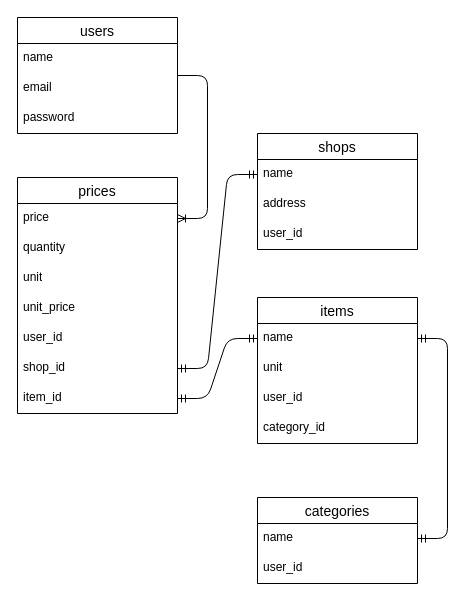
chimg622/my-bottom-price keeps this draw.io diagram as er.dio. Above is the earlier version. Source tidied: cells renumbered, new cells numbered last; positions are measured from the earlier drawing's top-left corner, leaving out a move shared by most shapes. Both pictures are drawn from the tidied source at 100%, with x=0, y=0 at pixel (17, -103).
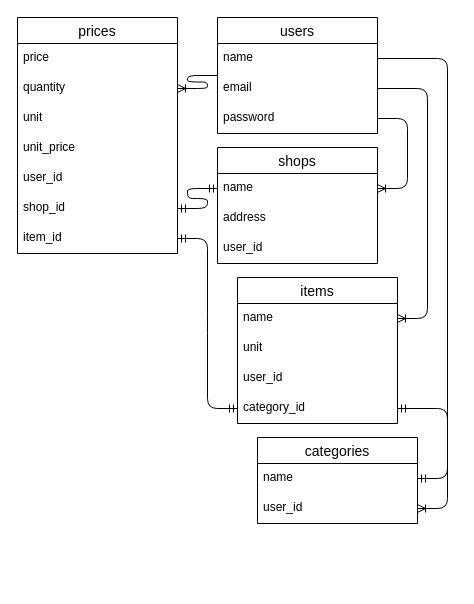
After the change.

The change refers to these unchanged cells:
```xml
<mxCell id="3" value="name" style="text;strokeColor=none;fillColor=none;spacingLeft=4;spacingRight=4;overflow=hidden;points=[[0,0.5],[1,0.5]];portConstraint=eastwest;fontSize=12;whiteSpace=wrap;html=1;" parent="2" vertex="1">
  <mxGeometry y="26" width="160" height="30" as="geometry" />
</mxCell>
<mxCell id="4" value="email" style="text;strokeColor=none;fillColor=none;spacingLeft=4;spacingRight=4;overflow=hidden;points=[[0,0.5],[1,0.5]];portConstraint=eastwest;fontSize=12;whiteSpace=wrap;html=1;" parent="2" vertex="1">
  <mxGeometry y="56" width="160" height="30" as="geometry" />
</mxCell>
<mxCell id="5" value="password" style="text;strokeColor=none;fillColor=none;spacingLeft=4;spacingRight=4;overflow=hidden;points=[[0,0.5],[1,0.5]];portConstraint=eastwest;fontSize=12;whiteSpace=wrap;html=1;" parent="2" vertex="1">
  <mxGeometry y="86" width="160" height="30" as="geometry" />
</mxCell>
<mxCell id="7" value="price" style="text;strokeColor=none;fillColor=none;spacingLeft=4;spacingRight=4;overflow=hidden;points=[[0,0.5],[1,0.5]];portConstraint=eastwest;fontSize=12;whiteSpace=wrap;html=1;" parent="6" vertex="1">
  <mxGeometry y="26" width="160" height="30" as="geometry" />
</mxCell>
<mxCell id="8" value="quantity" style="text;strokeColor=none;fillColor=none;spacingLeft=4;spacingRight=4;overflow=hidden;points=[[0,0.5],[1,0.5]];portConstraint=eastwest;fontSize=12;whiteSpace=wrap;html=1;" parent="6" vertex="1">
  <mxGeometry y="56" width="160" height="30" as="geometry" />
</mxCell>
<mxCell id="13" value="item_id" style="text;strokeColor=none;fillColor=none;spacingLeft=4;spacingRight=4;overflow=hidden;points=[[0,0.5],[1,0.5]];portConstraint=eastwest;fontSize=12;whiteSpace=wrap;html=1;" parent="6" vertex="1">
  <mxGeometry y="206" width="160" height="30" as="geometry" />
</mxCell>
<mxCell id="15" value="name" style="text;strokeColor=none;fillColor=none;spacingLeft=4;spacingRight=4;overflow=hidden;points=[[0,0.5],[1,0.5]];portConstraint=eastwest;fontSize=12;whiteSpace=wrap;html=1;" parent="14" vertex="1">
  <mxGeometry y="26" width="160" height="30" as="geometry" />
</mxCell>
<mxCell id="19" value="name" style="text;strokeColor=none;fillColor=none;spacingLeft=4;spacingRight=4;overflow=hidden;points=[[0,0.5],[1,0.5]];portConstraint=eastwest;fontSize=12;whiteSpace=wrap;html=1;" parent="18" vertex="1">
  <mxGeometry y="26" width="160" height="30" as="geometry" />
</mxCell>
<mxCell id="22" value="category_id" style="text;strokeColor=none;fillColor=none;spacingLeft=4;spacingRight=4;overflow=hidden;points=[[0,0.5],[1,0.5]];portConstraint=eastwest;fontSize=12;whiteSpace=wrap;html=1;" parent="18" vertex="1">
  <mxGeometry y="116" width="160" height="30" as="geometry" />
</mxCell>
<mxCell id="27" value="name" style="text;strokeColor=none;fillColor=none;spacingLeft=4;spacingRight=4;overflow=hidden;points=[[0,0.5],[1,0.5]];portConstraint=eastwest;fontSize=12;whiteSpace=wrap;html=1;" parent="26" vertex="1">
  <mxGeometry y="26" width="160" height="30" as="geometry" />
</mxCell>
<mxCell id="28" value="user_id" style="text;strokeColor=none;fillColor=none;spacingLeft=4;spacingRight=4;overflow=hidden;points=[[0,0.5],[1,0.5]];portConstraint=eastwest;fontSize=12;whiteSpace=wrap;html=1;" parent="26" vertex="1">
  <mxGeometry y="56" width="160" height="30" as="geometry" />
</mxCell>
```

Change to the diagram source:
```diff
@@
     <mxCell id="2" value="users" style="swimlane;fontStyle=0;horizontal=1;startSize=26;align=center;fontSize=14;" parent="1" vertex="1">
-      <mxGeometry y="120" width="160" height="116" as="geometry" />
+      <mxGeometry x="200" y="120" width="160" height="116" as="geometry" />
     </mxCell>
@@
     <mxCell id="6" value="prices" style="swimlane;fontStyle=0;horizontal=1;startSize=26;align=center;fontSize=14;" parent="1" vertex="1">
-      <mxGeometry y="280" width="160" height="236" as="geometry" />
+      <mxGeometry y="120" width="160" height="236" as="geometry" />
     </mxCell>
@@
     <mxCell id="14" value="shops" style="swimlane;fontStyle=0;horizontal=1;startSize=26;align=center;fontSize=14;" parent="1" vertex="1">
-      <mxGeometry x="240" y="236" width="160" height="116" as="geometry" />
+      <mxGeometry x="200" y="250" width="160" height="116" as="geometry" />
     </mxCell>
@@
     <mxCell id="18" value="items" style="swimlane;fontStyle=0;horizontal=1;startSize=26;align=center;fontSize=14;" parent="1" vertex="1">
-      <mxGeometry x="240" y="400" width="160" height="146" as="geometry" />
+      <mxGeometry x="220" y="380" width="160" height="146" as="geometry" />
     </mxCell>
@@
-    <mxCell id="23" style="edgeStyle=entityRelationEdgeStyle;fontSize=12;html=1;endArrow=ERoneToMany;" parent="1" edge="1" source="2" target="7">
+    <mxCell id="23" style="edgeStyle=entityRelationEdgeStyle;fontSize=12;html=1;endArrow=ERoneToMany;" parent="1" edge="1" source="2" target="8">
       <mxGeometry relative="1" as="geometry">
         <Array as="points">
           <mxPoint x="40" />
         </Array>
       </mxGeometry>
     </mxCell>
@@
-    <mxCell id="25" style="edgeStyle=entityRelationEdgeStyle;fontSize=12;html=1;endArrow=ERmandOne;startArrow=ERmandOne;" parent="1" edge="1" source="13" target="19">
+    <mxCell id="25" style="edgeStyle=entityRelationEdgeStyle;fontSize=12;html=1;endArrow=ERmandOne;startArrow=ERmandOne;" parent="1" edge="1" source="13" target="22">
       <mxGeometry relative="1" as="geometry" />
     </mxCell>
     <mxCell id="26" value="categories" style="swimlane;fontStyle=0;horizontal=1;startSize=26;align=center;fontSize=14;" parent="1" vertex="1">
-      <mxGeometry x="240" y="600" width="160" height="86" as="geometry" />
+      <mxGeometry x="240" y="540" width="160" height="86" as="geometry" />
     </mxCell>
@@
-    <mxCell id="29" style="edgeStyle=entityRelationEdgeStyle;fontSize=12;html=1;endArrow=ERmandOne;startArrow=ERmandOne;exitX=1;exitY=0.5;exitDx=0;exitDy=0;" parent="1" edge="1" source="19" target="27">
+    <mxCell id="29" style="edgeStyle=entityRelationEdgeStyle;fontSize=12;html=1;endArrow=ERmandOne;startArrow=ERmandOne;" parent="1" edge="1" source="22" target="27">
       <mxGeometry relative="1" as="geometry" />
     </mxCell>
+    <mxCell id="30" style="edgeStyle=entityRelationEdgeStyle;fontSize=12;html=1;endArrow=ERoneToMany;" parent="1" edge="1" source="5" target="15">
+      <mxGeometry relative="1" as="geometry" />
+    </mxCell>
+    <mxCell id="31" style="edgeStyle=entityRelationEdgeStyle;fontSize=12;html=1;endArrow=ERoneToMany;" parent="1" edge="1" source="4" target="19">
+      <mxGeometry relative="1" as="geometry" />
+    </mxCell>
+    <mxCell id="32" style="edgeStyle=entityRelationEdgeStyle;fontSize=12;html=1;endArrow=ERoneToMany;exitX=1;exitY=0.5;exitDx=0;exitDy=0;" parent="1" edge="1" source="3" target="28">
+      <mxGeometry relative="1" as="geometry" />
+    </mxCell>
```
